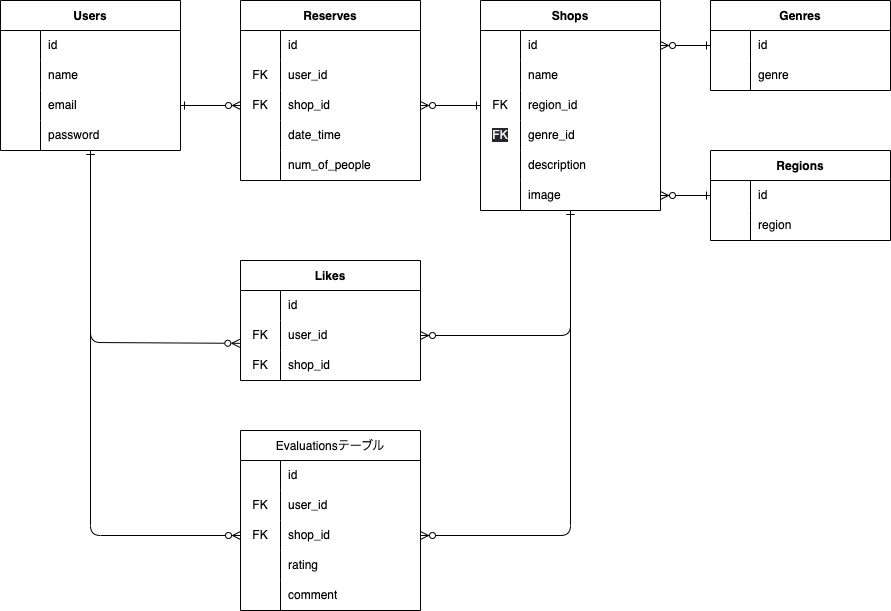
The draw.io diagram index.drawio.png in cedrictarou/rese-app, before a commit. Source tidied: cells renumbered, new cells last; positions are measured from the earlier drawing's top-left corner, leaving out a move shared by most shapes.
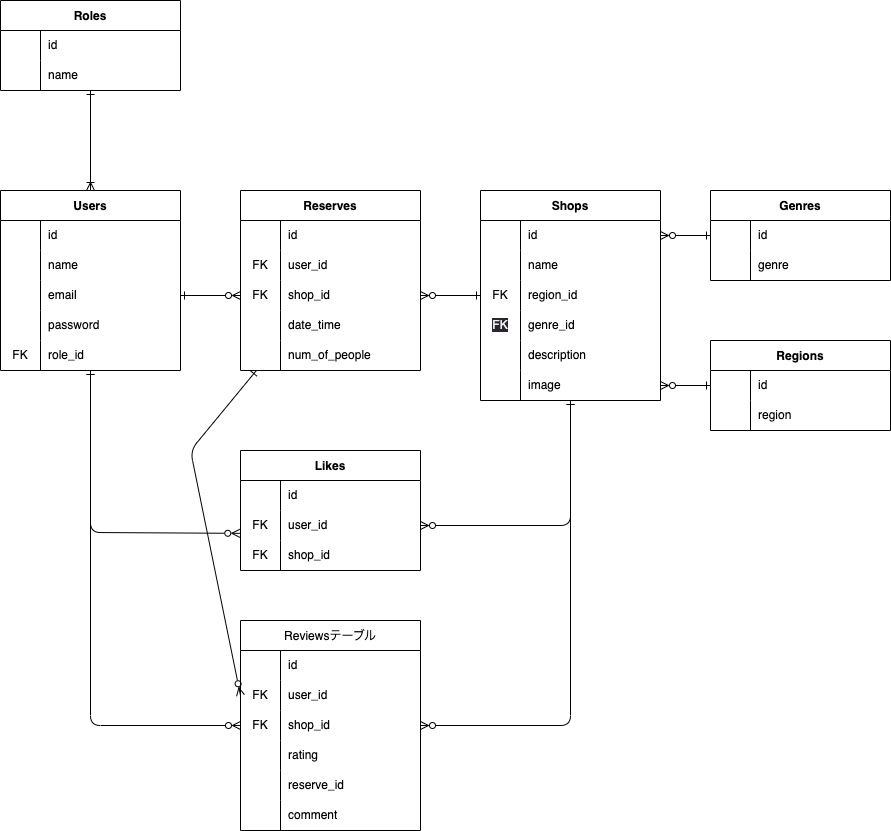
After the commit.

Diff of the diagram source:
```diff
@@ -17,7 +17,7 @@
       </mxGeometry>
     </mxCell>
     <mxCell id="4" value="Users" style="shape=table;startSize=30;rowLines=0;fontStyle=1;" parent="1" vertex="1">
-      <mxGeometry width="180" height="150" as="geometry" />
+      <mxGeometry width="180" height="180" as="geometry" />
     </mxCell>
     <mxCell id="5" style="shape=tableRow;horizontal=0;startSize=0;swimlaneHead=0;swimlaneBody=0;top=0;left=0;bottom=0;right=0;fillColor=none;" parent="4" vertex="1">
       <mxGeometry y="30" width="180" height="30" as="geometry" />
@@ -55,6 +55,15 @@
     <mxCell id="16" value="password" style="shape=partialRectangle;html=1;whiteSpace=wrap;fillColor=none;top=0;left=0;bottom=0;right=0;align=left;spacingLeft=6;overflow=hidden;" parent="14" vertex="1">
       <mxGeometry x="40" width="140" height="30" as="geometry" />
     </mxCell>
+    <mxCell id="98" style="shape=tableRow;horizontal=0;startSize=0;swimlaneHead=0;swimlaneBody=0;top=0;left=0;bottom=0;right=0;fillColor=none;" parent="4" vertex="1">
+      <mxGeometry y="150" width="180" height="30" as="geometry" />
+    </mxCell>
+    <mxCell id="99" value="FK" style="shape=partialRectangle;html=1;whiteSpace=wrap;fillColor=none;top=0;left=0;bottom=0;right=0;overflow=hidden;" parent="98" vertex="1">
+      <mxGeometry width="40" height="30" as="geometry" />
+    </mxCell>
+    <mxCell id="100" value="role_id" style="shape=partialRectangle;html=1;whiteSpace=wrap;fillColor=none;top=0;left=0;bottom=0;right=0;align=left;spacingLeft=6;overflow=hidden;" parent="98" vertex="1">
+      <mxGeometry x="40" width="140" height="30" as="geometry" />
+    </mxCell>
     <mxCell id="17" style="edgeStyle=none;html=1;entryX=1;entryY=0.5;entryDx=0;entryDy=0;startArrow=ERone;startFill=0;endArrow=ERzeroToMany;endFill=0;" parent="1" edge="1" source="19" target="58">
       <mxGeometry relative="1" as="geometry">
         <Array as="points">
@@ -126,6 +135,13 @@
     <mxCell id="37" value="image" style="shape=partialRectangle;html=1;whiteSpace=wrap;fillColor=none;top=0;left=0;bottom=0;right=0;align=left;spacingLeft=6;overflow=hidden;" parent="35" vertex="1">
       <mxGeometry x="40" width="140" height="30" as="geometry" />
     </mxCell>
+    <mxCell id="101" style="edgeStyle=none;html=1;entryX=0;entryY=0.5;entryDx=0;entryDy=0;endArrow=ERzeroToMany;endFill=0;startArrow=ERone;startFill=0;" parent="1" edge="1" source="38" target="86">
+      <mxGeometry relative="1" as="geometry">
+        <Array as="points">
+          <mxPoint x="190" y="260" />
+        </Array>
+      </mxGeometry>
+    </mxCell>
     <mxCell id="38" value="Reserves" style="shape=table;startSize=30;rowLines=0;fontStyle=1;" parent="1" vertex="1">
       <mxGeometry x="240" width="180" height="180" as="geometry" />
     </mxCell>
@@ -258,8 +274,8 @@
     <mxCell id="81" value="genre" style="shape=partialRectangle;html=1;whiteSpace=wrap;fillColor=none;top=0;left=0;bottom=0;right=0;align=left;spacingLeft=6;overflow=hidden;" parent="79" vertex="1">
       <mxGeometry x="40" width="140" height="30" as="geometry" />
     </mxCell>
-    <mxCell id="82" value="Evaluationsテーブル" style="shape=table;startSize=30;rowLines=0;fontStyle=0;" parent="1" vertex="1">
-      <mxGeometry x="240" y="430" width="180" height="180" as="geometry" />
+    <mxCell id="82" value="Reviewsテーブル" style="shape=table;startSize=30;rowLines=0;fontStyle=0;" parent="1" vertex="1">
+      <mxGeometry x="240" y="430" width="180" height="210" as="geometry" />
     </mxCell>
     <mxCell id="83" style="shape=tableRow;horizontal=0;startSize=0;swimlaneHead=0;swimlaneBody=0;top=0;left=0;bottom=0;right=0;fillColor=none;" parent="82" vertex="1">
       <mxGeometry y="30" width="180" height="30" as="geometry" />
@@ -297,8 +313,17 @@
     <mxCell id="94" value="rating" style="shape=partialRectangle;html=1;whiteSpace=wrap;fillColor=none;top=0;left=0;bottom=0;right=0;align=left;spacingLeft=6;overflow=hidden;" parent="92" vertex="1">
       <mxGeometry x="40" width="140" height="30" as="geometry" />
     </mxCell>
+    <mxCell id="102" style="shape=tableRow;horizontal=0;startSize=0;swimlaneHead=0;swimlaneBody=0;top=0;left=0;bottom=0;right=0;fillColor=none;" parent="82" vertex="1">
+      <mxGeometry y="150" width="180" height="30" as="geometry" />
+    </mxCell>
+    <mxCell id="103" style="shape=partialRectangle;html=1;whiteSpace=wrap;fillColor=none;top=0;left=0;bottom=0;right=0;overflow=hidden;" parent="102" vertex="1">
+      <mxGeometry width="40" height="30" as="geometry" />
+    </mxCell>
+    <mxCell id="104" value="reserve_id" style="shape=partialRectangle;html=1;whiteSpace=wrap;fillColor=none;top=0;left=0;bottom=0;right=0;align=left;spacingLeft=6;overflow=hidden;" parent="102" vertex="1">
+      <mxGeometry x="40" width="140" height="30" as="geometry" />
+    </mxCell>
     <mxCell id="95" style="shape=tableRow;horizontal=0;startSize=0;swimlaneHead=0;swimlaneBody=0;top=0;left=0;bottom=0;right=0;fillColor=none;" parent="82" vertex="1">
-      <mxGeometry y="150" width="180" height="30" as="geometry" />
+      <mxGeometry y="180" width="180" height="30" as="geometry" />
     </mxCell>
     <mxCell id="96" style="shape=partialRectangle;html=1;whiteSpace=wrap;fillColor=none;top=0;left=0;bottom=0;right=0;overflow=hidden;" parent="95" vertex="1">
       <mxGeometry width="40" height="30" as="geometry" />
@@ -306,5 +331,29 @@
     <mxCell id="97" value="comment" style="shape=partialRectangle;html=1;whiteSpace=wrap;fillColor=none;top=0;left=0;bottom=0;right=0;align=left;spacingLeft=6;overflow=hidden;" parent="95" vertex="1">
       <mxGeometry x="40" width="140" height="30" as="geometry" />
     </mxCell>
+    <mxCell id="105" style="edgeStyle=none;html=1;entryX=0.5;entryY=0;entryDx=0;entryDy=0;startArrow=ERone;startFill=0;endArrow=ERoneToMany;endFill=0;" parent="1" edge="1" source="106" target="4">
+      <mxGeometry relative="1" as="geometry" />
+    </mxCell>
+    <mxCell id="106" value="Roles" style="shape=table;startSize=30;rowLines=0;fontStyle=1;" parent="1" vertex="1">
+      <mxGeometry y="-190" width="180" height="90" as="geometry" />
+    </mxCell>
+    <mxCell id="107" style="shape=tableRow;horizontal=0;startSize=0;swimlaneHead=0;swimlaneBody=0;top=0;left=0;bottom=0;right=0;fillColor=none;" parent="106" vertex="1">
+      <mxGeometry y="30" width="180" height="30" as="geometry" />
+    </mxCell>
+    <mxCell id="108" style="shape=partialRectangle;html=1;whiteSpace=wrap;fillColor=none;top=0;left=0;bottom=0;right=0;overflow=hidden;" parent="107" vertex="1">
+      <mxGeometry width="40" height="30" as="geometry" />
+    </mxCell>
+    <mxCell id="109" value="id" style="shape=partialRectangle;html=1;whiteSpace=wrap;fillColor=none;top=0;left=0;bottom=0;right=0;align=left;spacingLeft=6;overflow=hidden;" parent="107" vertex="1">
+      <mxGeometry x="40" width="140" height="30" as="geometry" />
+    </mxCell>
+    <mxCell id="110" style="shape=tableRow;horizontal=0;startSize=0;swimlaneHead=0;swimlaneBody=0;top=0;left=0;bottom=0;right=0;fillColor=none;" parent="106" vertex="1">
+      <mxGeometry y="60" width="180" height="30" as="geometry" />
+    </mxCell>
+    <mxCell id="111" style="shape=partialRectangle;html=1;whiteSpace=wrap;fillColor=none;top=0;left=0;bottom=0;right=0;overflow=hidden;" parent="110" vertex="1">
+      <mxGeometry width="40" height="30" as="geometry" />
+    </mxCell>
+    <mxCell id="112" value="name" style="shape=partialRectangle;html=1;whiteSpace=wrap;fillColor=none;top=0;left=0;bottom=0;right=0;align=left;spacingLeft=6;overflow=hidden;" parent="110" vertex="1">
+      <mxGeometry x="40" width="140" height="30" as="geometry" />
+    </mxCell>
   </root>
 </mxGraphModel>
```
